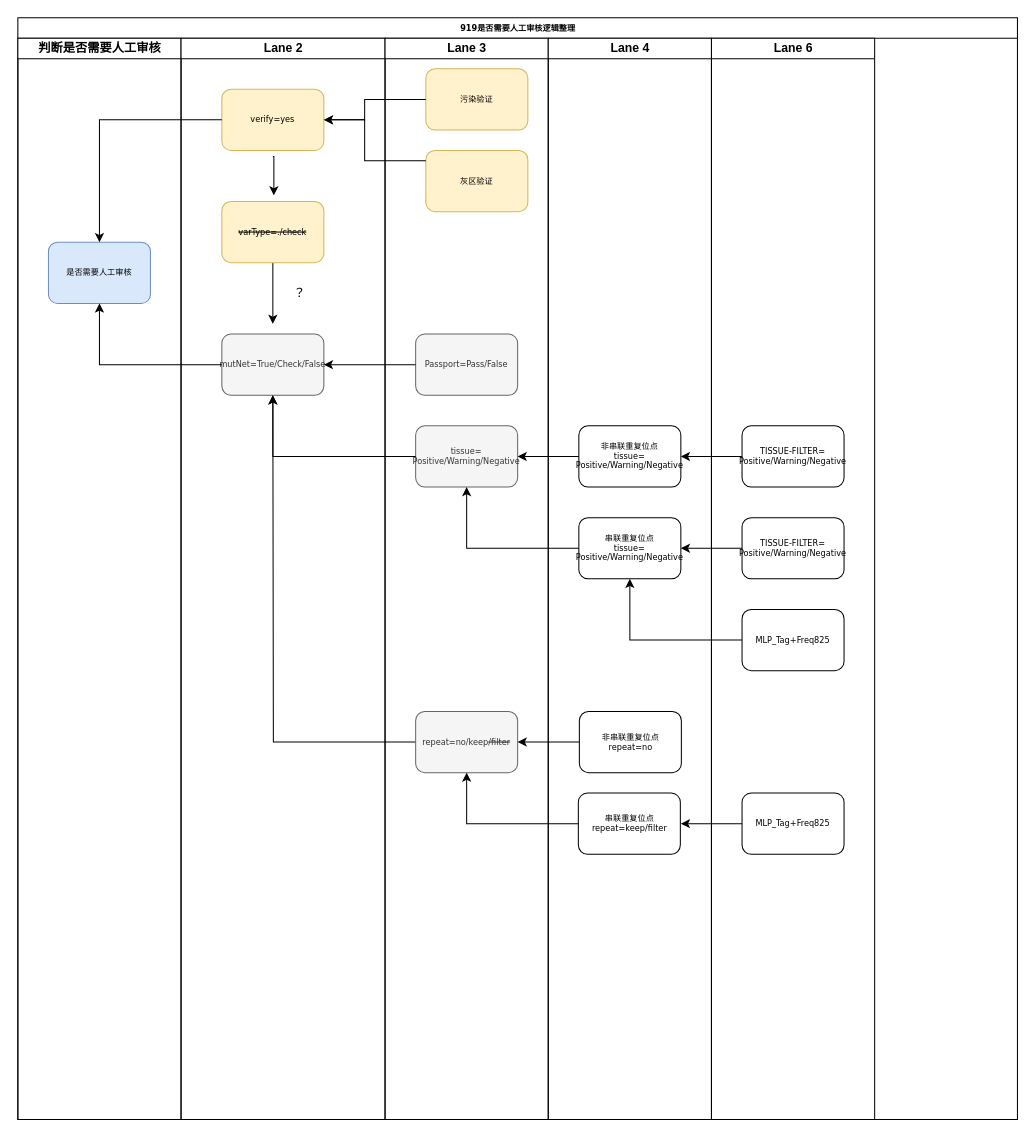
This is page "Page-1" (1 of 2) of 919-0305-detail.drawio from dingtian-genetronhealth/diagrams-genetron, a draw.io file, before an edit. Source tidied: cells renumbered, new cells numbered last; positions are measured from the earlier drawing's top-left corner, leaving out a move shared by most shapes. Both pictures are drawn from the tidied source at 102%, with x=0, y=0 at pixel (17, 17).
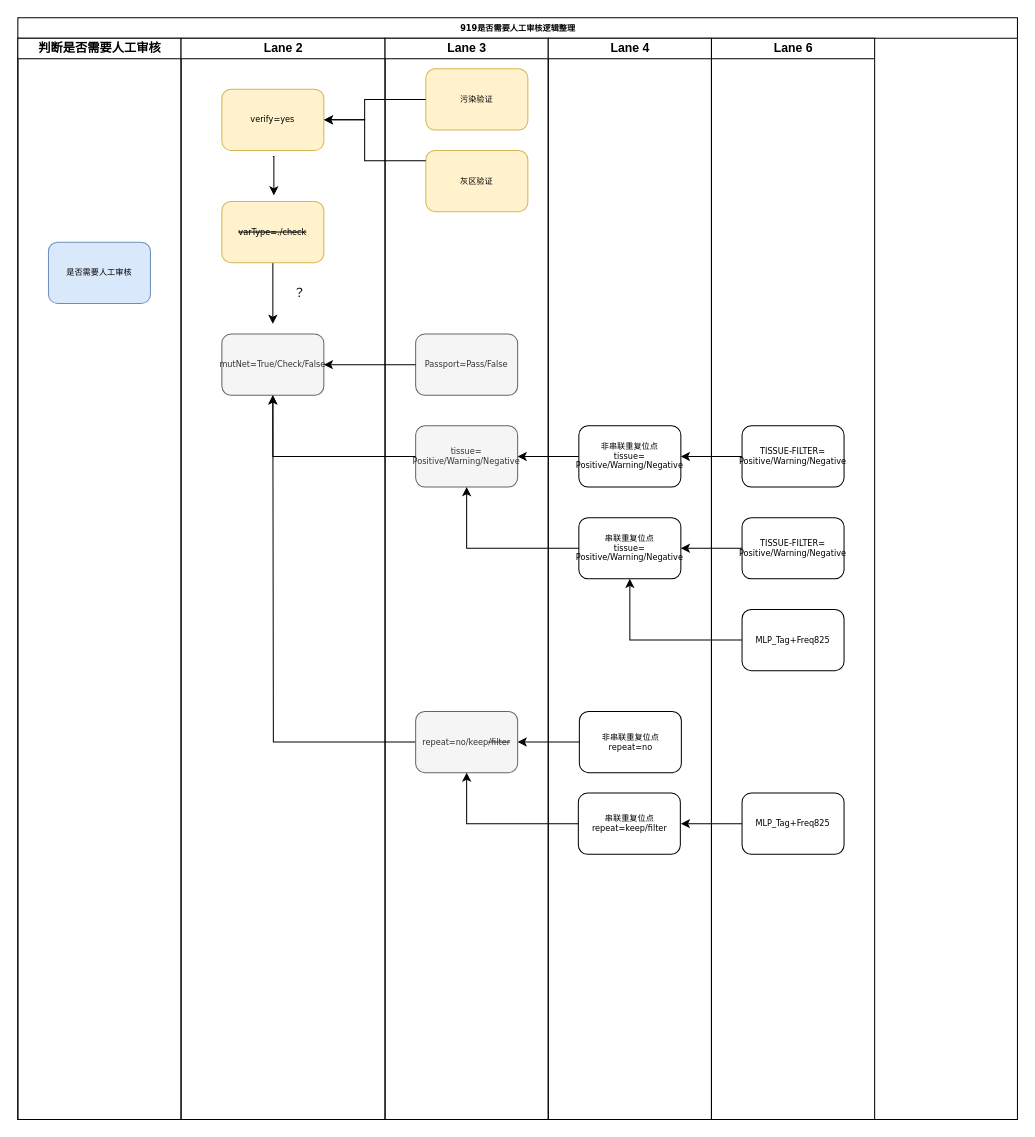
The same page after the edit.

Unchanged cells that the change refers to:
```xml
<mxCell id="2" value="919是否需要人工审核逻辑整理" style="swimlane;html=1;startSize=20;rounded=0;shadow=0;labelBackgroundColor=none;strokeWidth=1;fontFamily=Verdana;fontSize=8;align=center;" parent="1" vertex="1">
  <mxGeometry width="980" height="1080" as="geometry" />
</mxCell>
<mxCell id="4" value="是否需要人工审核" style="rounded=1;whiteSpace=wrap;html=1;shadow=0;labelBackgroundColor=none;strokeWidth=1;fontFamily=Verdana;fontSize=8;align=center;fillColor=#dae8fc;strokeColor=#6c8ebf;" parent="3" vertex="1">
  <mxGeometry x="30" y="200" width="100" height="60" as="geometry" />
</mxCell>
<mxCell id="6" value="verify=yes" style="rounded=1;whiteSpace=wrap;html=1;shadow=0;labelBackgroundColor=none;strokeWidth=1;fontFamily=Verdana;fontSize=8;align=center;fillColor=#fff2cc;strokeColor=#d6b656;" parent="5" vertex="1">
  <mxGeometry x="40" y="50" width="100" height="60" as="geometry" />
</mxCell>
<mxCell id="7" value="mutNet=True/Check/False" style="rounded=1;whiteSpace=wrap;html=1;shadow=0;labelBackgroundColor=none;strokeWidth=1;fontFamily=Verdana;fontSize=8;align=center;fillColor=#f5f5f5;strokeColor=#666666;fontColor=#333333;" parent="5" vertex="1">
  <mxGeometry x="40" y="290" width="100" height="60" as="geometry" />
</mxCell>
```

Diff of the diagram source:
```diff
@@
-    <mxCell id="30" style="edgeStyle=orthogonalEdgeStyle;rounded=0;jettySize=auto;html=1;entryX=0.5;entryY=1;entryDx=0;entryDy=0;" parent="2" edge="1" source="7" target="4">
-      <mxGeometry relative="1" as="geometry" />
-    </mxCell>
-    <mxCell id="31" style="edgeStyle=orthogonalEdgeStyle;rounded=0;jettySize=auto;html=1;" parent="2" edge="1" source="6" target="4">
-      <mxGeometry relative="1" as="geometry" />
-    </mxCell>
```
